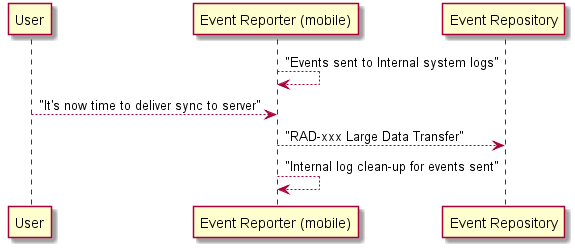
This is mobile-push.png from rjhorn-agfa/SOLE, a PlantUML export, as it was before one commit.
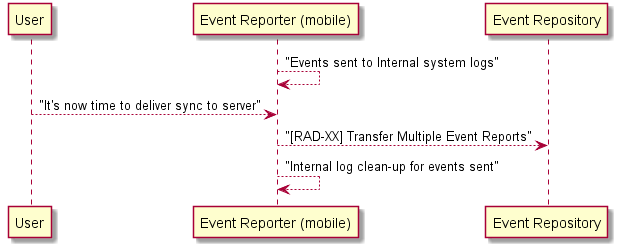
After the commit.

The edit, as a diff of the source:
```diff
@@ -3,7 +3,7 @@
 
 "Event Reporter (mobile)" --> "Event Reporter (mobile)" : "Events sent to Internal system logs"
 "User" --> "Event Reporter (mobile)" : "It's now time to deliver sync to server"
-"Event Reporter (mobile)" --> "Event Repository" : "RAD-xxx Large Data Transfer"
+"Event Reporter (mobile)" --> "Event Repository" : "[RAD-XX] Transfer Multiple Event Reports"
 "Event Reporter (mobile)" --> "Event Reporter (mobile)" : "Internal log clean-up for events sent"
 
 @enduml
```
